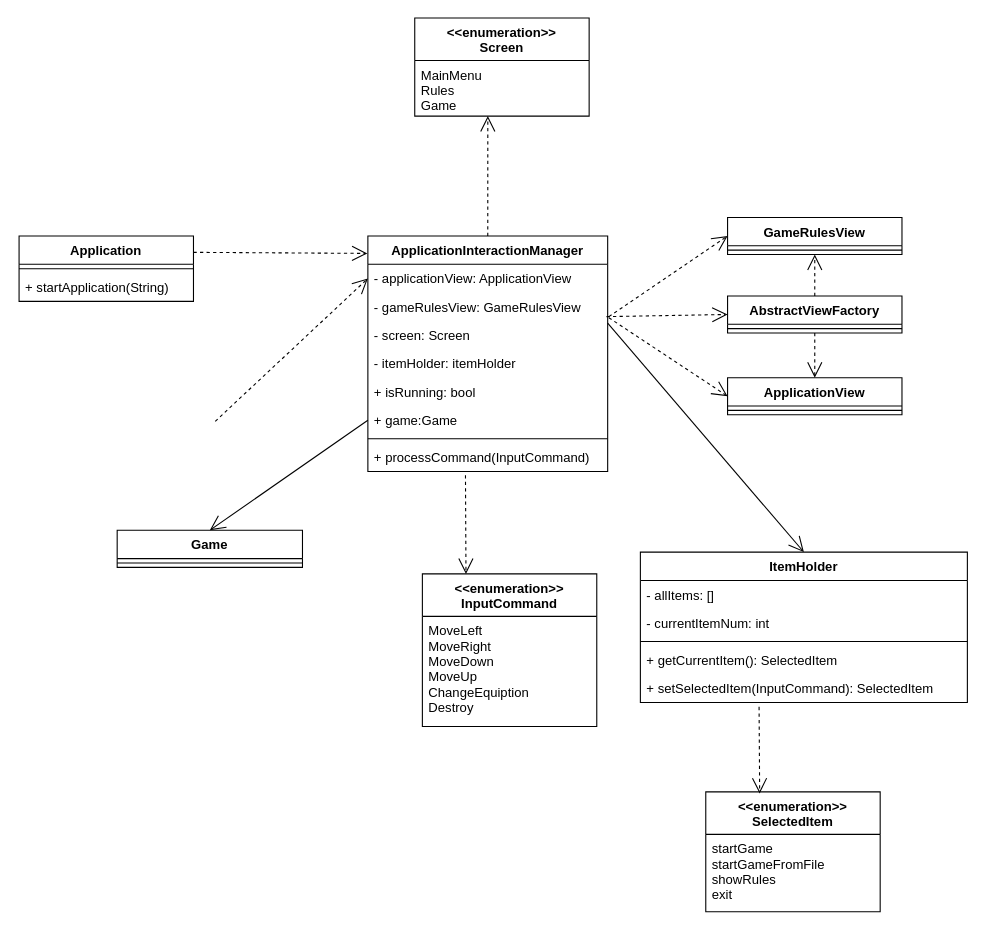
Before: architecture/source/controller_component.drawio in Soykaa/Roguelike, a draw.io diagram. Source tidied: cells renumbered, new cells numbered last; positions are measured from the earlier drawing's top-left corner, leaving out a move shared by most shapes. Both pictures are drawn from the tidied source at 109%, with x=0, y=0 at pixel (19, 17).
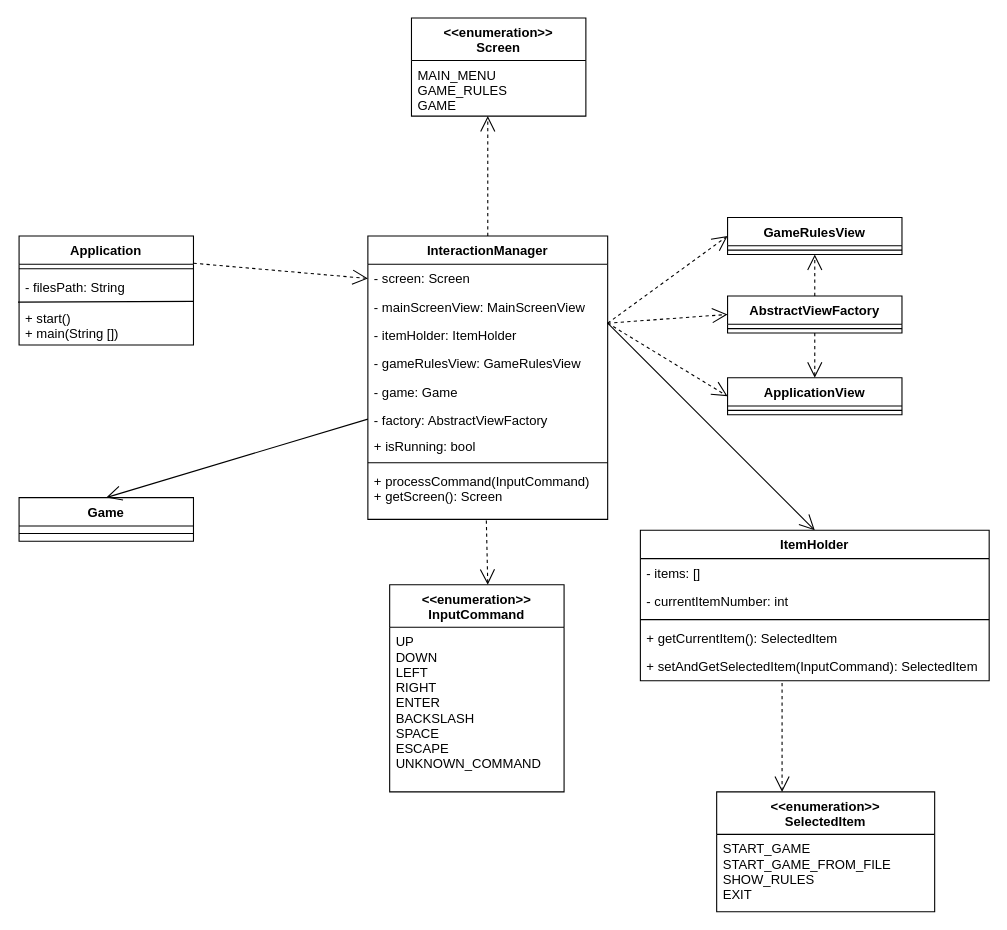
The same diagram, later.

Unchanged cells that the change refers to:
```xml
<mxCell id="14" value="AbstractViewFactory" style="swimlane;fontStyle=1;align=center;verticalAlign=top;horizontal=1;startSize=26;" parent="1" vertex="1">
  <mxGeometry x="650" y="255" width="160" height="34" as="geometry" />
</mxCell>
<mxCell id="16" value="ApplicationView" style="swimlane;fontStyle=1;align=center;verticalAlign=top;horizontal=1;startSize=26;" parent="1" vertex="1">
  <mxGeometry x="650" y="330" width="160" height="34" as="geometry" />
</mxCell>
<mxCell id="20" value="GameRulesView" style="swimlane;fontStyle=1;align=center;verticalAlign=top;horizontal=1;startSize=26;" parent="1" vertex="1">
  <mxGeometry x="650" y="183" width="160" height="34" as="geometry" />
</mxCell>
```

Change to the diagram source:
```diff
@@
     <mxCell id="2" value="Application" style="swimlane;fontStyle=1;align=center;verticalAlign=top;horizontal=1;startSize=26;" parent="1" vertex="1">
-      <mxGeometry y="200" width="160" height="60" as="geometry" />
+      <mxGeometry y="200" width="160" height="100" as="geometry" />
     </mxCell>
@@
-    <mxCell id="4" value="+ startApplication(String)" style="text;strokeColor=none;fillColor=none;align=left;verticalAlign=top;spacingLeft=4;spacingRight=4;overflow=hidden;points=[[0,0.5],[1,0.5]];portConstraint=eastwest;" parent="2" vertex="1">
-      <mxGeometry y="34" width="160" height="26" as="geometry" />
+    <mxCell id="4" value="- filesPath: String&#10;&#10;+ start()&#10;+ main(String [])" style="text;strokeColor=none;fillColor=none;align=left;verticalAlign=top;spacingLeft=4;spacingRight=4;overflow=hidden;points=[[0,0.5],[1,0.5]];portConstraint=eastwest;" parent="2" vertex="1">
+      <mxGeometry y="34" width="160" height="66" as="geometry" />
     </mxCell>
-    <mxCell id="5" value="ApplicationInteractionManager" style="swimlane;fontStyle=1;align=center;verticalAlign=top;horizontal=1;startSize=26;" parent="1" vertex="1">
-      <mxGeometry x="320" y="200" width="220" height="216" as="geometry" />
+    <mxCell id="5" value="InteractionManager" style="swimlane;fontStyle=1;align=center;verticalAlign=top;horizontal=1;startSize=26;" parent="1" vertex="1">
+      <mxGeometry x="320" y="200" width="220" height="260" as="geometry" />
     </mxCell>
-    <mxCell id="6" value="- applicationView: ApplicationView" style="text;strokeColor=none;fillColor=none;align=left;verticalAlign=top;spacingLeft=4;spacingRight=4;overflow=hidden;points=[[0,0.5],[1,0.5]];portConstraint=eastwest;" parent="5" vertex="1">
+    <mxCell id="6" value="- screen: Screen" style="text;strokeColor=none;fillColor=none;align=left;verticalAlign=top;spacingLeft=4;spacingRight=4;overflow=hidden;points=[[0,0.5],[1,0.5]];portConstraint=eastwest;" parent="5" vertex="1">
       <mxGeometry y="26" width="220" height="26" as="geometry" />
     </mxCell>
-    <mxCell id="7" value="- gameRulesView: GameRulesView" style="text;strokeColor=none;fillColor=none;align=left;verticalAlign=top;spacingLeft=4;spacingRight=4;overflow=hidden;" parent="5" vertex="1">
+    <mxCell id="7" value="- mainScreenView: MainScreenView" style="text;strokeColor=none;fillColor=none;align=left;verticalAlign=top;spacingLeft=4;spacingRight=4;overflow=hidden;" parent="5" vertex="1">
       <mxGeometry y="52" width="220" height="26" as="geometry" />
     </mxCell>
-    <mxCell id="8" value="- screen: Screen" style="text;strokeColor=none;fillColor=none;align=left;verticalAlign=top;spacingLeft=4;spacingRight=4;overflow=hidden;points=[[0,0.5],[1,0.5]];portConstraint=eastwest;" parent="5" vertex="1">
+    <mxCell id="8" value="- itemHolder: ItemHolder" style="text;strokeColor=none;fillColor=none;align=left;verticalAlign=top;spacingLeft=4;spacingRight=4;overflow=hidden;points=[[0,0.5],[1,0.5]];portConstraint=eastwest;" parent="5" vertex="1">
       <mxGeometry y="78" width="220" height="26" as="geometry" />
     </mxCell>
-    <mxCell id="9" value="- itemHolder: itemHolder" style="text;strokeColor=none;fillColor=none;align=left;verticalAlign=top;spacingLeft=4;spacingRight=4;overflow=hidden;" parent="5" vertex="1">
+    <mxCell id="9" value="- gameRulesView: GameRulesView" style="text;strokeColor=none;fillColor=none;align=left;verticalAlign=top;spacingLeft=4;spacingRight=4;overflow=hidden;" parent="5" vertex="1">
       <mxGeometry y="104" width="220" height="26" as="geometry" />
     </mxCell>
-    <mxCell id="10" value="+ isRunning: bool" style="text;strokeColor=none;fillColor=none;align=left;verticalAlign=top;spacingLeft=4;spacingRight=4;overflow=hidden;" parent="5" vertex="1">
+    <mxCell id="10" value="- game: Game" style="text;strokeColor=none;fillColor=none;align=left;verticalAlign=top;spacingLeft=4;spacingRight=4;overflow=hidden;" parent="5" vertex="1">
       <mxGeometry y="130" width="220" height="26" as="geometry" />
     </mxCell>
-    <mxCell id="11" value="+ game:Game" style="text;strokeColor=none;fillColor=none;align=left;verticalAlign=top;spacingLeft=4;spacingRight=4;overflow=hidden;points=[[0,0.5],[1,0.5]];portConstraint=eastwest;" parent="5" vertex="1">
-      <mxGeometry y="156" width="220" height="26" as="geometry" />
+    <mxCell id="11" value="- factory: AbstractViewFactory&#10;" style="text;strokeColor=none;fillColor=none;align=left;verticalAlign=top;spacingLeft=4;spacingRight=4;overflow=hidden;points=[[0,0.5],[1,0.5]];portConstraint=eastwest;" parent="5" vertex="1">
+      <mxGeometry y="156" width="220" height="24" as="geometry" />
     </mxCell>
+    <mxCell id="46" value="+ isRunning: bool&#10;" style="text;strokeColor=none;fillColor=none;align=left;verticalAlign=top;spacingLeft=4;spacingRight=4;overflow=hidden;" parent="5" vertex="1">
+      <mxGeometry y="180" width="220" height="24" as="geometry" />
+    </mxCell>
     <mxCell id="12" style="line;strokeWidth=1;fillColor=none;align=left;verticalAlign=middle;spacingTop=-1;spacingLeft=3;spacingRight=3;labelPosition=right;" parent="5" vertex="1">
-      <mxGeometry y="182" width="220" height="8" as="geometry" />
+      <mxGeometry y="204" width="220" height="8" as="geometry" />
     </mxCell>
-    <mxCell id="13" value="+ processCommand(InputCommand)" style="text;strokeColor=none;fillColor=none;align=left;verticalAlign=top;spacingLeft=4;spacingRight=4;overflow=hidden;points=[[0,0.5],[1,0.5]];portConstraint=eastwest;" parent="5" vertex="1">
-      <mxGeometry y="190" width="220" height="26" as="geometry" />
+    <mxCell id="13" value="+ processCommand(InputCommand)&#10;+ getScreen(): Screen" style="text;strokeColor=none;fillColor=none;align=left;verticalAlign=top;spacingLeft=4;spacingRight=4;overflow=hidden;points=[[0,0.5],[1,0.5]];portConstraint=eastwest;" parent="5" vertex="1">
+      <mxGeometry y="212" width="220" height="48" as="geometry" />
     </mxCell>
@@
-    <mxCell id="18" style="endArrow=open;endSize=12;dashed=1;html=1;exitX=0.995;exitY=-0.154;exitDx=0;exitDy=0;exitPerimeter=0;entryX=0;entryY=0.5;entryDx=0;entryDy=0;" parent="1" edge="1" source="8" target="14">
-      <mxGeometry relative="1" as="geometry" />
+    <mxCell id="18" style="endArrow=open;endSize=12;dashed=1;html=1;entryX=0;entryY=0.5;entryDx=0;entryDy=0;" parent="1" edge="1" target="14">
+      <mxGeometry relative="1" as="geometry">
+        <mxPoint x="540" y="280" as="sourcePoint" />
+      </mxGeometry>
     </mxCell>
@@
-    <mxCell id="23" style="endArrow=open;endSize=12;dashed=1;html=1;exitX=1.005;exitY=-0.154;exitDx=0;exitDy=0;exitPerimeter=0;entryX=0;entryY=0.5;entryDx=0;entryDy=0;" parent="1" edge="1" source="8" target="20">
-      <mxGeometry relative="1" as="geometry" />
+    <mxCell id="23" style="endArrow=open;endSize=12;dashed=1;html=1;entryX=0;entryY=0.5;entryDx=0;entryDy=0;" parent="1" edge="1" target="20">
+      <mxGeometry relative="1" as="geometry">
+        <mxPoint x="540" y="280" as="sourcePoint" />
+      </mxGeometry>
     </mxCell>
-    <mxCell id="24" style="endArrow=open;endSize=12;dashed=1;html=1;exitX=1.005;exitY=-0.115;exitDx=0;exitDy=0;exitPerimeter=0;entryX=0;entryY=0.5;entryDx=0;entryDy=0;" parent="1" edge="1" source="8" target="16">
-      <mxGeometry relative="1" as="geometry" />
+    <mxCell id="24" style="endArrow=open;endSize=12;dashed=1;html=1;entryX=0;entryY=0.5;entryDx=0;entryDy=0;" parent="1" edge="1" target="16">
+      <mxGeometry relative="1" as="geometry">
+        <mxPoint x="540" y="280" as="sourcePoint" />
+      </mxGeometry>
     </mxCell>
     <mxCell id="25" value="&lt;&lt;enumeration&gt;&gt;&#10;SelectedItem&#10;" style="swimlane;fontStyle=1;align=center;verticalAlign=top;horizontal=1;startSize=39;" parent="1" vertex="1">
-      <mxGeometry x="630" y="710" width="160" height="110" as="geometry" />
+      <mxGeometry x="640" y="710" width="200" height="110" as="geometry" />
     </mxCell>
-    <mxCell id="26" value="startGame&#10;startGameFromFile&#10;showRules&#10;exit&#10;" style="text;strokeColor=none;fillColor=none;align=left;verticalAlign=top;spacingLeft=4;spacingRight=4;overflow=hidden;" parent="25" vertex="1">
-      <mxGeometry y="39" width="160" height="71" as="geometry" />
+    <mxCell id="26" value="START_GAME&#10;START_GAME_FROM_FILE&#10;SHOW_RULES&#10;EXIT&#10;" style="text;strokeColor=none;fillColor=none;align=left;verticalAlign=top;spacingLeft=4;spacingRight=4;overflow=hidden;" parent="25" vertex="1">
+      <mxGeometry y="39" width="200" height="71" as="geometry" />
     </mxCell>
@@
     <mxCell id="28" value="Game" style="swimlane;fontStyle=1;align=center;verticalAlign=top;horizontal=1;startSize=26;" parent="1" vertex="1">
-      <mxGeometry x="90" y="470" width="170" height="34" as="geometry" />
+      <mxGeometry y="440" width="160" height="40" as="geometry" />
     </mxCell>
     <mxCell id="29" style="line;strokeWidth=1;fillColor=none;align=left;verticalAlign=middle;spacingTop=-1;spacingLeft=3;spacingRight=3;labelPosition=right;" parent="28" vertex="1">
-      <mxGeometry y="26" width="170" height="8" as="geometry" />
+      <mxGeometry y="26" width="160" height="14" as="geometry" />
     </mxCell>
@@
-    <mxCell id="31" style="endArrow=open;endFill=1;endSize=12;html=1;rounded=0;exitX=1;exitY=0.5;exitDx=0;exitDy=0;entryX=0;entryY=0.5;entryDx=0;entryDy=0;dashed=1;" parent="1" edge="1" target="6">
-      <mxGeometry relative="1" as="geometry">
-        <mxPoint x="180" y="370" as="sourcePoint" />
-      </mxGeometry>
-    </mxCell>
-    <mxCell id="32" style="endArrow=open;endFill=1;endSize=12;html=1;rounded=0;dashed=1;entryX=0.25;entryY=0;entryDx=0;entryDy=0;exitX=0.407;exitY=1.135;exitDx=0;exitDy=0;exitPerimeter=0;" parent="1" edge="1" source="13" target="34">
-      <mxGeometry relative="1" as="geometry" />
+    <mxCell id="32" style="endArrow=open;endFill=1;endSize=12;html=1;rounded=0;dashed=1;exitX=0.494;exitY=1.021;exitDx=0;exitDy=0;exitPerimeter=0;" parent="1" edge="1" source="13">
+      <mxGeometry relative="1" as="geometry">
+        <mxPoint x="430" y="520" as="targetPoint" />
+      </mxGeometry>
     </mxCell>
-    <mxCell id="33" style="endArrow=open;endFill=1;endSize=12;html=1;rounded=0;dashed=1;exitX=1;exitY=0.25;exitDx=0;exitDy=0;entryX=-0.002;entryY=0.074;entryDx=0;entryDy=0;entryPerimeter=0;" parent="1" edge="1" source="2" target="5">
+    <mxCell id="33" style="endArrow=open;endFill=1;endSize=12;html=1;rounded=0;dashed=1;exitX=1;exitY=0.25;exitDx=0;exitDy=0;entryX=0;entryY=0.5;entryDx=0;entryDy=0;" parent="1" edge="1" source="2" target="6">
       <mxGeometry relative="1" as="geometry" />
     </mxCell>
     <mxCell id="34" value="&lt;&lt;enumeration&gt;&gt;&#10;InputCommand" style="swimlane;fontStyle=1;align=center;verticalAlign=top;horizontal=1;startSize=39;" parent="1" vertex="1">
-      <mxGeometry x="370" y="510" width="160" height="140" as="geometry" />
+      <mxGeometry x="340" y="520" width="160" height="190" as="geometry" />
     </mxCell>
-    <mxCell id="35" value="MoveLeft&#10;MoveRight&#10;MoveDown&#10;MoveUp&#10;ChangeEquiption&#10;Destroy" style="text;strokeColor=none;fillColor=none;align=left;verticalAlign=top;spacingLeft=4;spacingRight=4;overflow=hidden;" parent="34" vertex="1">
-      <mxGeometry y="39" width="160" height="101" as="geometry" />
+    <mxCell id="35" value="UP&#10;DOWN&#10;LEFT&#10;RIGHT&#10;ENTER&#10;BACKSLASH&#10;SPACE&#10;ESCAPE&#10;UNKNOWN_COMMAND" style="text;strokeColor=none;fillColor=none;align=left;verticalAlign=top;spacingLeft=4;spacingRight=4;overflow=hidden;" parent="34" vertex="1">
+      <mxGeometry y="39" width="160" height="151" as="geometry" />
     </mxCell>
     <mxCell id="36" value="ItemHolder" style="swimlane;fontStyle=1;align=center;verticalAlign=top;horizontal=1;startSize=26;" parent="1" vertex="1">
-      <mxGeometry x="570" y="490" width="300" height="138" as="geometry" />
+      <mxGeometry x="570" y="470" width="320" height="138" as="geometry" />
     </mxCell>
-    <mxCell id="37" value="- allItems: []" style="text;strokeColor=none;fillColor=none;align=left;verticalAlign=top;spacingLeft=4;spacingRight=4;overflow=hidden;" parent="36" vertex="1">
-      <mxGeometry y="26" width="300" height="26" as="geometry" />
+    <mxCell id="37" value="- items: []" style="text;strokeColor=none;fillColor=none;align=left;verticalAlign=top;spacingLeft=4;spacingRight=4;overflow=hidden;" parent="36" vertex="1">
+      <mxGeometry y="26" width="320" height="26" as="geometry" />
     </mxCell>
-    <mxCell id="38" value="- currentItemNum: int" style="text;strokeColor=none;fillColor=none;align=left;verticalAlign=top;spacingLeft=4;spacingRight=4;overflow=hidden;" parent="36" vertex="1">
-      <mxGeometry y="52" width="300" height="26" as="geometry" />
+    <mxCell id="38" value="- currentItemNumber: int" style="text;strokeColor=none;fillColor=none;align=left;verticalAlign=top;spacingLeft=4;spacingRight=4;overflow=hidden;" parent="36" vertex="1">
+      <mxGeometry y="52" width="320" height="26" as="geometry" />
     </mxCell>
     <mxCell id="39" style="line;strokeWidth=1;fillColor=none;align=left;verticalAlign=middle;spacingTop=-1;spacingLeft=3;spacingRight=3;labelPosition=right;" parent="36" vertex="1">
-      <mxGeometry y="78" width="300" height="8" as="geometry" />
+      <mxGeometry y="78" width="320" height="8" as="geometry" />
     </mxCell>
     <mxCell id="40" value="+ getCurrentItem(): SelectedItem" style="text;strokeColor=none;fillColor=none;align=left;verticalAlign=top;spacingLeft=4;spacingRight=4;overflow=hidden;" parent="36" vertex="1">
-      <mxGeometry y="86" width="300" height="26" as="geometry" />
+      <mxGeometry y="86" width="320" height="26" as="geometry" />
     </mxCell>
-    <mxCell id="41" value="+ setSelectedItem(InputCommand): SelectedItem" style="text;strokeColor=none;fillColor=none;align=left;verticalAlign=top;spacingLeft=4;spacingRight=4;overflow=hidden;points=[[0,0.5],[1,0.5]];portConstraint=eastwest;" parent="36" vertex="1">
-      <mxGeometry y="112" width="300" height="26" as="geometry" />
+    <mxCell id="41" value="+ setAndGetSelectedItem(InputCommand): SelectedItem" style="text;strokeColor=none;fillColor=none;align=left;verticalAlign=top;spacingLeft=4;spacingRight=4;overflow=hidden;points=[[0,0.5],[1,0.5]];portConstraint=eastwest;" parent="36" vertex="1">
+      <mxGeometry y="112" width="320" height="26" as="geometry" />
     </mxCell>
-    <mxCell id="42" style="endArrow=open;endFill=1;endSize=12;html=1;rounded=0;entryX=0.309;entryY=0.014;entryDx=0;entryDy=0;entryPerimeter=0;dashed=1;exitX=0.363;exitY=1.154;exitDx=0;exitDy=0;exitPerimeter=0;" parent="1" edge="1" source="41" target="25">
-      <mxGeometry relative="1" as="geometry" />
+    <mxCell id="42" style="endArrow=open;endFill=1;endSize=12;html=1;rounded=0;dashed=1;" parent="1" edge="1">
+      <mxGeometry relative="1" as="geometry">
+        <mxPoint x="700" y="610" as="sourcePoint" />
+        <mxPoint x="700" y="710" as="targetPoint" />
+      </mxGeometry>
     </mxCell>
     <mxCell id="43" value="&lt;&lt;enumeration&gt;&gt;&#10;Screen" style="swimlane;fontStyle=1;align=center;verticalAlign=top;horizontal=1;startSize=39;" parent="1" vertex="1">
-      <mxGeometry x="363" width="160" height="90" as="geometry" />
+      <mxGeometry x="360" width="160" height="90" as="geometry" />
     </mxCell>
-    <mxCell id="44" value="MainMenu&#10;Rules&#10;Game" style="text;strokeColor=none;fillColor=none;align=left;verticalAlign=top;spacingLeft=4;spacingRight=4;overflow=hidden;points=[[0,0.5],[1,0.5]];portConstraint=eastwest;" parent="43" vertex="1">
+    <mxCell id="44" value="MAIN_MENU&#10;GAME_RULES&#10;GAME" style="text;strokeColor=none;fillColor=none;align=left;verticalAlign=top;spacingLeft=4;spacingRight=4;overflow=hidden;points=[[0,0.5],[1,0.5]];portConstraint=eastwest;" parent="43" vertex="1">
       <mxGeometry y="39" width="160" height="51" as="geometry" />
     </mxCell>
-    <mxCell id="45" style="endArrow=open;endFill=1;endSize=12;html=1;rounded=0;dashed=1;exitX=0.5;exitY=0;exitDx=0;exitDy=0;entryX=0.419;entryY=1;entryDx=0;entryDy=0;entryPerimeter=0;" parent="1" edge="1" source="5" target="44">
-      <mxGeometry relative="1" as="geometry" />
+    <mxCell id="45" style="endArrow=open;endFill=1;endSize=12;html=1;rounded=0;dashed=1;exitX=0.5;exitY=0;exitDx=0;exitDy=0;" parent="1" edge="1" source="5">
+      <mxGeometry relative="1" as="geometry">
+        <mxPoint x="430" y="90" as="targetPoint" />
+      </mxGeometry>
     </mxCell>
+    <mxCell id="47" style="endArrow=none;html=1;rounded=0;exitX=-0.006;exitY=0.404;exitDx=0;exitDy=0;exitPerimeter=0;" parent="1" edge="1" source="4">
+      <mxGeometry relative="1" as="geometry">
+        <mxPoint x="160" y="260" as="targetPoint" />
+      </mxGeometry>
+    </mxCell>
```
